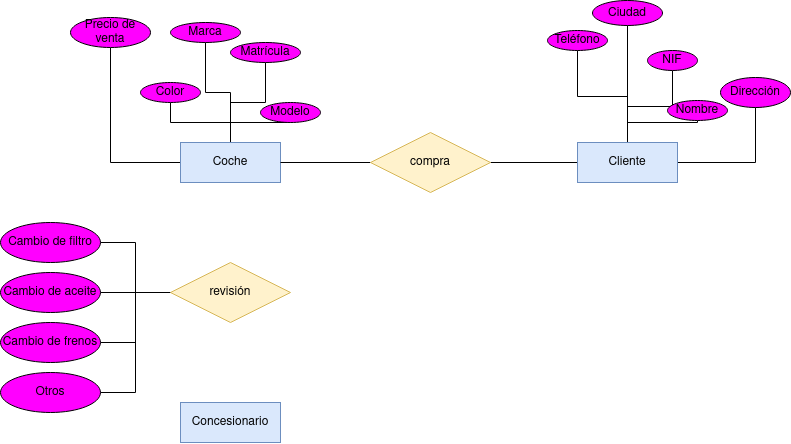
Earlier version of the draw.io export Unidad-1/Tareas/Tarea-6/Diagrama Tarea 7.drawio.png (RafaelMayor/base-datos). Source tidied: cells renumbered, new cells last; positions are measured from the earlier drawing's top-left corner, leaving out a move shared by most shapes.
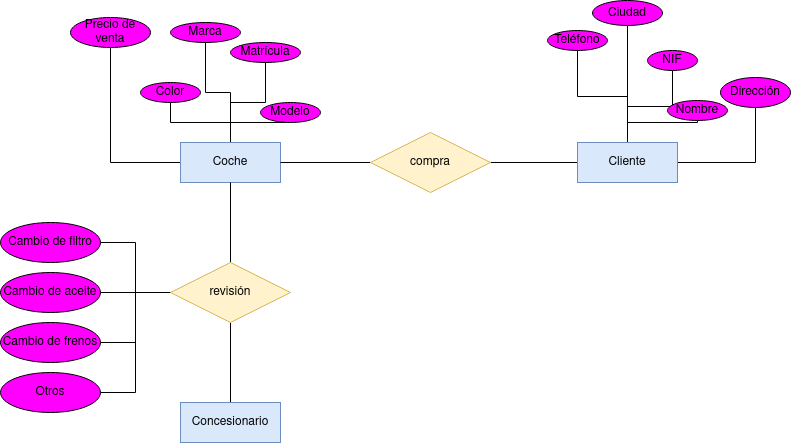
After the change.

What changed in the source:
```diff
@@ -20,6 +20,9 @@
     <mxCell id="7" value="Coche" style="whiteSpace=wrap;html=1;align=center;fillColor=#dae8fc;strokeColor=#6c8ebf;" parent="1" vertex="1">
       <mxGeometry x="180" y="142" width="100" height="40" as="geometry" />
     </mxCell>
+    <mxCell id="37" style="edgeStyle=orthogonalEdgeStyle;rounded=0;jettySize=auto;html=1;endArrow=none;endFill=0;" parent="1" edge="1" source="8" target="30">
+      <mxGeometry relative="1" as="geometry" />
+    </mxCell>
     <mxCell id="8" value="Concesionario" style="whiteSpace=wrap;html=1;align=center;fillColor=#dae8fc;strokeColor=#6c8ebf;" parent="1" vertex="1">
       <mxGeometry x="180" y="402" width="100" height="40" as="geometry" />
     </mxCell>
@@ -86,6 +89,9 @@
     <mxCell id="29" style="edgeStyle=orthogonalEdgeStyle;rounded=0;jettySize=auto;html=1;entryX=1;entryY=0.5;entryDx=0;entryDy=0;endArrow=none;endFill=0;" parent="1" edge="1" source="30" target="36">
       <mxGeometry relative="1" as="geometry" />
     </mxCell>
+    <mxCell id="38" style="edgeStyle=orthogonalEdgeStyle;rounded=0;jettySize=auto;html=1;endArrow=none;endFill=0;" parent="1" edge="1" source="30" target="7">
+      <mxGeometry relative="1" as="geometry" />
+    </mxCell>
     <mxCell id="30" value="revisión" style="shape=rhombus;perimeter=rhombusPerimeter;whiteSpace=wrap;html=1;align=center;fillColor=#fff2cc;strokeColor=#d6b656;" parent="1" vertex="1">
       <mxGeometry x="170" y="262" width="120" height="60" as="geometry" />
     </mxCell>
```
